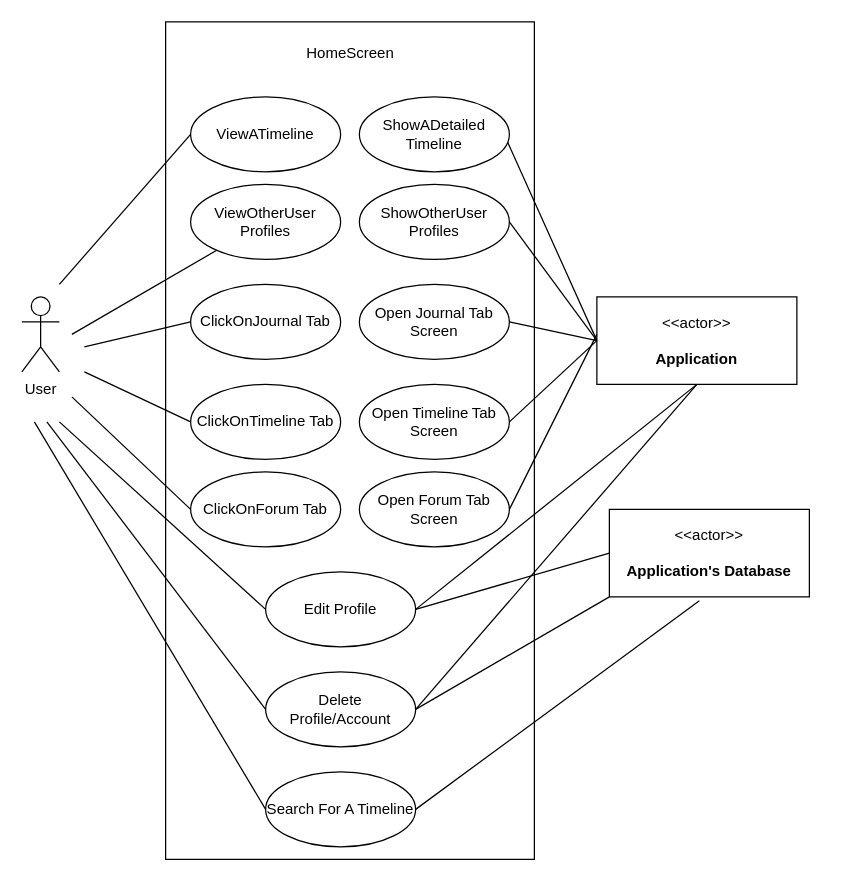
Before: page "HomeScreen" (4 of 16) of Week-7-Team-04-Use Case Diagrams (2).drawio in Vaibhav-G-Parmar/Chronicle-Your-Ultimate-Travel-Companion, a draw.io diagram. Source tidied: cells renumbered, new cells numbered last; positions are measured from the earlier drawing's top-left corner, leaving out a move shared by most shapes. Both pictures are drawn from the tidied source at 125%, with x=0, y=0 at pixel (21, 21).
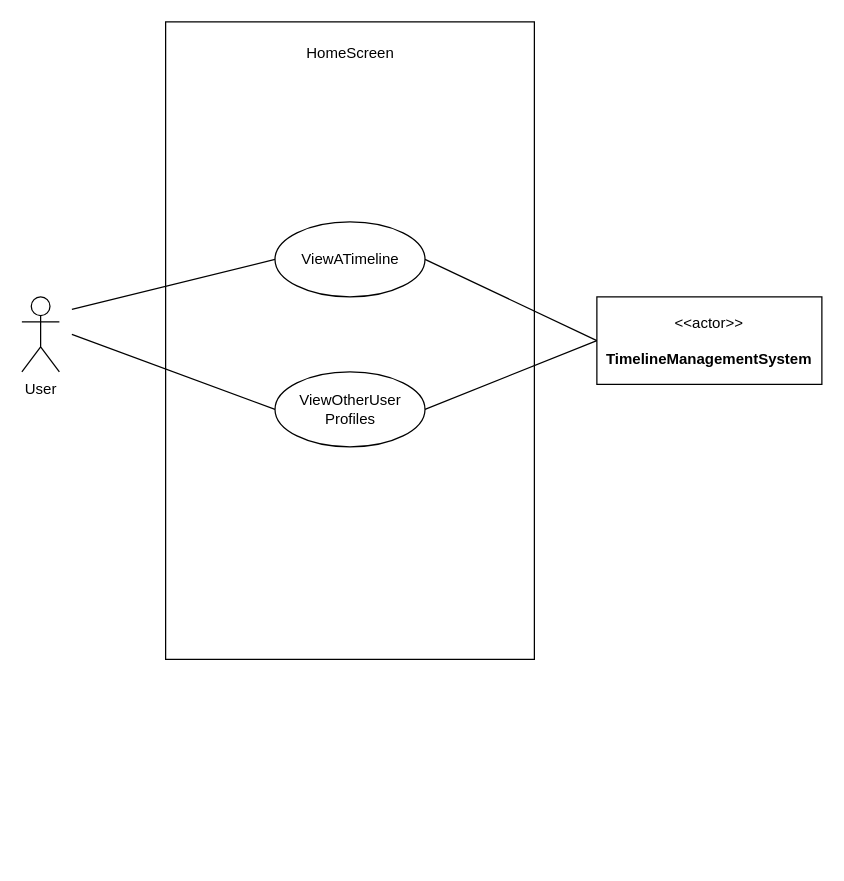
The same page after the edit.

What changed in the source:
```diff
@@
     <mxCell id="2" value="&lt;h2&gt;&lt;br&gt;&lt;/h2&gt;" style="rounded=0;whiteSpace=wrap;html=1;align=center;" parent="1" vertex="1">
-      <mxGeometry x="115" width="295" height="670" as="geometry" />
+      <mxGeometry x="115" width="295" height="510" as="geometry" />
     </mxCell>
     <mxCell id="3" value="ViewATimeline" style="ellipse;whiteSpace=wrap;html=1;" parent="1" vertex="1">
-      <mxGeometry x="135" y="60" width="120" height="60" as="geometry" />
+      <mxGeometry x="202.5" y="160" width="120" height="60" as="geometry" />
     </mxCell>
@@
-    <mxCell id="5" value="&amp;lt;&amp;lt;actor&amp;gt;&amp;gt;&lt;br&gt;&lt;br&gt;&lt;b&gt;Application&lt;br&gt;&lt;/b&gt;" style="html=1;align=center;verticalAlign=middle;dashed=0;whiteSpace=wrap;" parent="1" vertex="1">
-      <mxGeometry x="460" y="220" width="160" height="70" as="geometry" />
+    <mxCell id="5" value="&amp;lt;&amp;lt;actor&amp;gt;&amp;gt;&lt;br&gt;&lt;b&gt;&lt;br&gt;TimelineManagementSystem&lt;br&gt;&lt;/b&gt;" style="html=1;align=center;verticalAlign=middle;dashed=0;whiteSpace=wrap;" parent="1" vertex="1">
+      <mxGeometry x="460" y="220" width="180" height="70" as="geometry" />
     </mxCell>
     <mxCell id="6" style="endArrow=none;html=1;rounded=0;entryX=0;entryY=0.5;entryDx=0;entryDy=0;" parent="1" edge="1" target="3">
       <mxGeometry relative="1" as="geometry">
-        <mxPoint x="30" y="210" as="sourcePoint" />
+        <mxPoint x="40" y="230" as="sourcePoint" />
       </mxGeometry>
     </mxCell>
@@
     <mxCell id="8" value="ViewOtherUser Profiles" style="ellipse;whiteSpace=wrap;html=1;" parent="1" vertex="1">
-      <mxGeometry x="135" y="130" width="120" height="60" as="geometry" />
+      <mxGeometry x="202.5" y="280" width="120" height="60" as="geometry" />
     </mxCell>
-    <mxCell id="9" style="endArrow=none;html=1;rounded=0;" parent="1" edge="1" target="8">
+    <mxCell id="9" style="endArrow=none;html=1;rounded=0;entryX=0;entryY=0.5;entryDx=0;entryDy=0;" parent="1" edge="1" target="8">
       <mxGeometry relative="1" as="geometry">
         <mxPoint x="40" y="250" as="sourcePoint" />
       </mxGeometry>
     </mxCell>
-    <mxCell id="10" style="endArrow=none;html=1;rounded=0;entryX=0;entryY=0.5;entryDx=0;entryDy=0;exitX=0.95;exitY=0.433;exitDx=0;exitDy=0;exitPerimeter=0;" parent="1" edge="1" source="11" target="5">
+    <mxCell id="10" style="endArrow=none;html=1;rounded=0;entryX=0;entryY=0.5;entryDx=0;entryDy=0;exitX=1;exitY=0.5;exitDx=0;exitDy=0;" parent="1" edge="1" source="3" target="5">
       <mxGeometry relative="1" as="geometry" />
     </mxCell>
-    <mxCell id="11" value="ShowADetailed Timeline" style="ellipse;whiteSpace=wrap;html=1;" parent="1" vertex="1">
-      <mxGeometry x="270" y="60" width="120" height="60" as="geometry" />
-    </mxCell>
-    <mxCell id="12" value="ShowOtherUser Profiles" style="ellipse;whiteSpace=wrap;html=1;" parent="1" vertex="1">
-      <mxGeometry x="270" y="130" width="120" height="60" as="geometry" />
-    </mxCell>
-    <mxCell id="13" style="endArrow=none;html=1;rounded=0;exitX=1;exitY=0.5;exitDx=0;exitDy=0;entryX=0;entryY=0.5;entryDx=0;entryDy=0;" parent="1" edge="1" source="12" target="5">
+    <mxCell id="13" style="endArrow=none;html=1;rounded=0;entryX=0;entryY=0.5;entryDx=0;entryDy=0;exitX=1;exitY=0.5;exitDx=0;exitDy=0;" parent="1" edge="1" source="8" target="5">
       <mxGeometry relative="1" as="geometry" />
     </mxCell>
-    <mxCell id="14" value="ClickOnTimeline Tab" style="ellipse;whiteSpace=wrap;html=1;" parent="1" vertex="1">
-      <mxGeometry x="135" y="290" width="120" height="60" as="geometry" />
-    </mxCell>
-    <mxCell id="15" value="ClickOnJournal Tab" style="ellipse;whiteSpace=wrap;html=1;" parent="1" vertex="1">
-      <mxGeometry x="135" y="210" width="120" height="60" as="geometry" />
-    </mxCell>
-    <mxCell id="16" value="ClickOnForum Tab" style="ellipse;whiteSpace=wrap;html=1;" parent="1" vertex="1">
-      <mxGeometry x="135" y="360" width="120" height="60" as="geometry" />
-    </mxCell>
-    <mxCell id="17" value="Edit Profile" style="ellipse;whiteSpace=wrap;html=1;" parent="1" vertex="1">
-      <mxGeometry x="195" y="440" width="120" height="60" as="geometry" />
-    </mxCell>
-    <mxCell id="18" style="endArrow=none;html=1;rounded=0;entryX=0;entryY=0.5;entryDx=0;entryDy=0;" parent="1" edge="1" target="15">
-      <mxGeometry relative="1" as="geometry">
-        <mxPoint x="50" y="260" as="sourcePoint" />
-      </mxGeometry>
-    </mxCell>
-    <mxCell id="19" style="endArrow=none;html=1;rounded=0;entryX=0;entryY=0.5;entryDx=0;entryDy=0;" parent="1" edge="1" target="14">
-      <mxGeometry relative="1" as="geometry">
-        <mxPoint x="50" y="280" as="sourcePoint" />
-      </mxGeometry>
-    </mxCell>
-    <mxCell id="20" style="endArrow=none;html=1;rounded=0;entryX=0;entryY=0.5;entryDx=0;entryDy=0;" parent="1" edge="1" target="16">
-      <mxGeometry relative="1" as="geometry">
-        <mxPoint x="40" y="300" as="sourcePoint" />
-      </mxGeometry>
-    </mxCell>
-    <mxCell id="21" style="endArrow=none;html=1;rounded=0;entryX=0;entryY=0.5;entryDx=0;entryDy=0;" parent="1" edge="1" target="17">
-      <mxGeometry relative="1" as="geometry">
-        <mxPoint x="30" y="320" as="sourcePoint" />
-      </mxGeometry>
-    </mxCell>
-    <mxCell id="22" value="Open Journal Tab Screen" style="ellipse;whiteSpace=wrap;html=1;" parent="1" vertex="1">
-      <mxGeometry x="270" y="210" width="120" height="60" as="geometry" />
-    </mxCell>
-    <mxCell id="23" value="Open Timeline&lt;span style=&quot;white-space: pre;&quot;&gt;&#9;&lt;/span&gt;Tab Screen" style="ellipse;whiteSpace=wrap;html=1;" parent="1" vertex="1">
-      <mxGeometry x="270" y="290" width="120" height="60" as="geometry" />
-    </mxCell>
-    <mxCell id="24" value="Open Forum Tab Screen" style="ellipse;whiteSpace=wrap;html=1;" parent="1" vertex="1">
-      <mxGeometry x="270" y="360" width="120" height="60" as="geometry" />
-    </mxCell>
-    <mxCell id="25" style="endArrow=none;html=1;rounded=0;entryX=0;entryY=0.5;entryDx=0;entryDy=0;exitX=1;exitY=0.5;exitDx=0;exitDy=0;" parent="1" edge="1" source="22" target="5">
-      <mxGeometry relative="1" as="geometry" />
-    </mxCell>
-    <mxCell id="26" style="endArrow=none;html=1;rounded=0;entryX=0;entryY=0.5;entryDx=0;entryDy=0;exitX=1;exitY=0.5;exitDx=0;exitDy=0;" parent="1" edge="1" source="23" target="5">
-      <mxGeometry relative="1" as="geometry" />
-    </mxCell>
-    <mxCell id="27" style="endArrow=none;html=1;rounded=0;exitX=1;exitY=0.5;exitDx=0;exitDy=0;" parent="1" edge="1" source="24">
-      <mxGeometry relative="1" as="geometry">
-        <mxPoint x="460" y="250" as="targetPoint" />
-      </mxGeometry>
-    </mxCell>
-    <mxCell id="28" style="endArrow=none;html=1;rounded=0;exitX=1;exitY=0.5;exitDx=0;exitDy=0;entryX=0;entryY=0.5;entryDx=0;entryDy=0;" parent="1" edge="1" source="17" target="29">
-      <mxGeometry relative="1" as="geometry" />
-    </mxCell>
-    <mxCell id="29" value="&amp;lt;&amp;lt;actor&amp;gt;&amp;gt;&lt;br&gt;&lt;br&gt;&lt;b&gt;Application's Database&lt;br&gt;&lt;/b&gt;" style="html=1;align=center;verticalAlign=middle;dashed=0;whiteSpace=wrap;" parent="1" vertex="1">
-      <mxGeometry x="470" y="390" width="160" height="70" as="geometry" />
-    </mxCell>
-    <mxCell id="30" value="Search For A Timeline" style="ellipse;whiteSpace=wrap;html=1;" parent="1" vertex="1">
-      <mxGeometry x="195" y="600" width="120" height="60" as="geometry" />
-    </mxCell>
-    <mxCell id="31" style="endArrow=none;html=1;rounded=0;entryX=0;entryY=0.5;entryDx=0;entryDy=0;" parent="1" edge="1" target="30">
-      <mxGeometry relative="1" as="geometry">
-        <mxPoint x="10" y="320" as="sourcePoint" />
-      </mxGeometry>
-    </mxCell>
-    <mxCell id="32" style="endArrow=none;html=1;rounded=0;exitX=1;exitY=0.5;exitDx=0;exitDy=0;entryX=0.45;entryY=1.043;entryDx=0;entryDy=0;entryPerimeter=0;" parent="1" edge="1" source="30" target="29">
-      <mxGeometry relative="1" as="geometry" />
-    </mxCell>
-    <mxCell id="33" style="endArrow=none;html=1;rounded=0;exitX=1;exitY=0.5;exitDx=0;exitDy=0;entryX=0.5;entryY=1;entryDx=0;entryDy=0;" parent="1" edge="1" source="17" target="5">
-      <mxGeometry relative="1" as="geometry" />
-    </mxCell>
-    <mxCell id="34" value="Delete Profile/Account" style="ellipse;whiteSpace=wrap;html=1;" parent="1" vertex="1">
-      <mxGeometry x="195" y="520" width="120" height="60" as="geometry" />
-    </mxCell>
-    <mxCell id="35" style="endArrow=none;html=1;rounded=0;exitX=1;exitY=0.5;exitDx=0;exitDy=0;" parent="1" edge="1" source="34">
-      <mxGeometry relative="1" as="geometry">
-        <mxPoint x="540" y="290" as="targetPoint" />
-      </mxGeometry>
-    </mxCell>
-    <mxCell id="36" style="endArrow=none;html=1;rounded=0;exitX=1;exitY=0.5;exitDx=0;exitDy=0;entryX=0;entryY=1;entryDx=0;entryDy=0;" parent="1" edge="1" source="34" target="29">
-      <mxGeometry relative="1" as="geometry" />
-    </mxCell>
-    <mxCell id="37" style="endArrow=none;html=1;rounded=0;entryX=0;entryY=0.5;entryDx=0;entryDy=0;" parent="1" edge="1" target="34">
-      <mxGeometry relative="1" as="geometry">
-        <mxPoint x="20" y="320" as="sourcePoint" />
-      </mxGeometry>
-    </mxCell>
```
